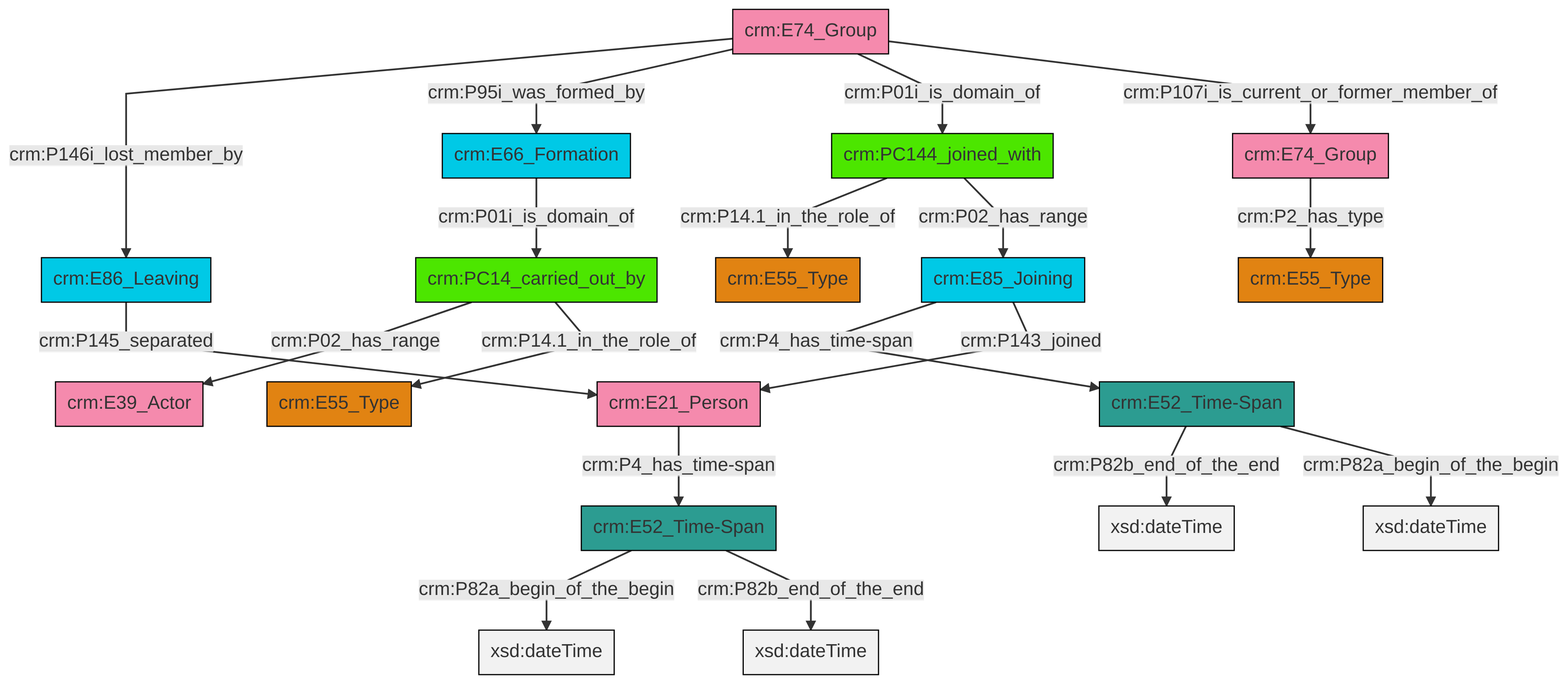
swiss-art-research-net/reference-data-models keeps this Mermaid diagram as et/groupCSV/ttl/mmd/png/group_actor_relations.png. Above is the earlier version. Its source is kept beside it as et/groupCSV/ttl/mmd/group_actor_relations.ttl.mmd.
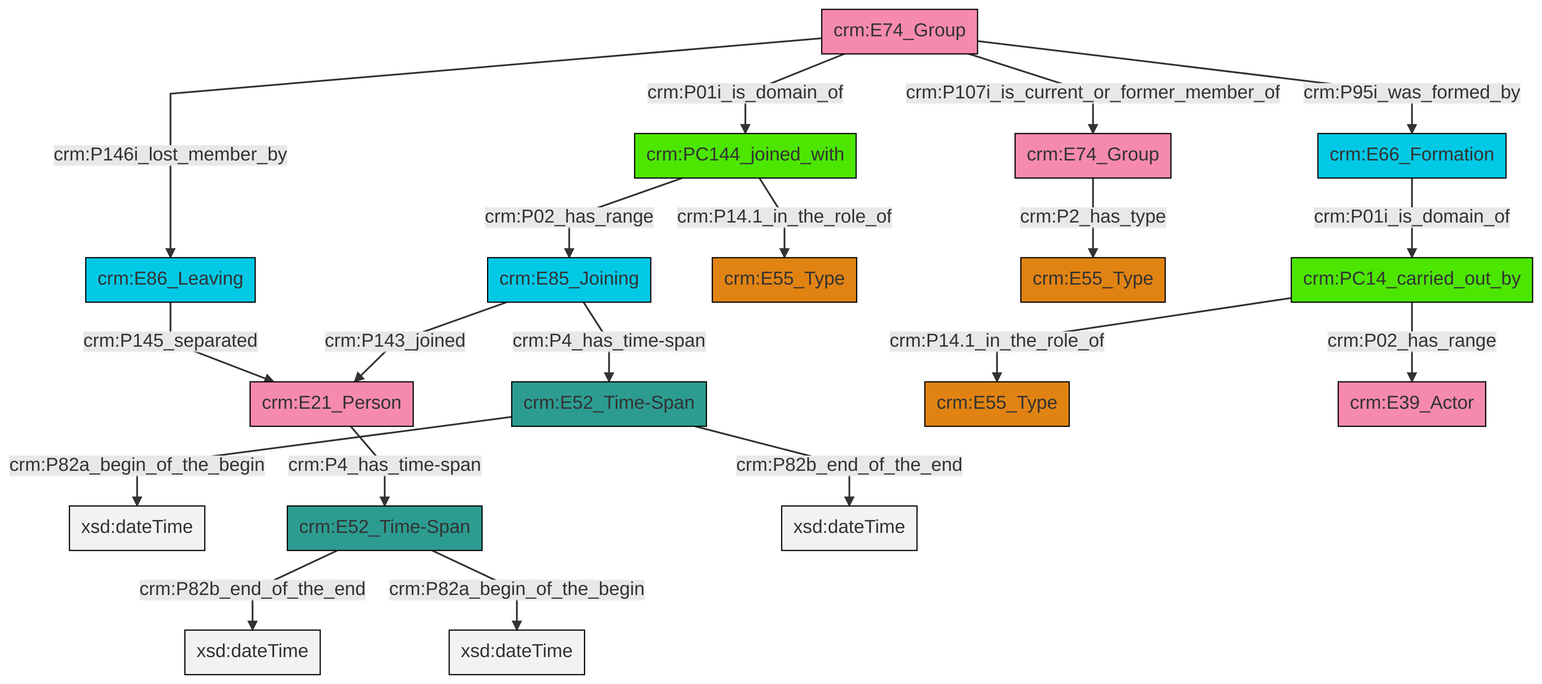
After the commit.

Diff of the diagram source:
```diff
@@ -13,21 +13,21 @@
 classDef PC_Classes fill:#4ce600, stroke:#000000;
 classDef Multi fill:#cccccc,stroke:#000000;
 
-0["crm:E66_Formation"]:::Temporal_Entity -->|crm:P01i_is_domain_of| 1["crm:PC14_carried_out_by"]:::PC_Classes
-4["crm:PC144_joined_with"]:::PC_Classes -->|crm:P14.1_in_the_role_of| 5["crm:E55_Type"]:::Type
-13["crm:E21_Person"]:::Actor -->|crm:P4_has_time-span| 14["crm:E52_Time-Span"]:::Time-Span
-8["crm:E85_Joining"]:::Temporal_Entity -->|crm:P4_has_time-span| 16["crm:E52_Time-Span"]:::Time-Span
-17["crm:E74_Group"]:::Actor -->|crm:P2_has_type| 6["crm:E55_Type"]:::Type
-4["crm:PC144_joined_with"]:::PC_Classes -->|crm:P02_has_range| 8["crm:E85_Joining"]:::Temporal_Entity
-1["crm:PC14_carried_out_by"]:::PC_Classes -->|crm:P02_has_range| 18["crm:E39_Actor"]:::Actor
-20["crm:E74_Group"]:::Actor -->|crm:P146i_lost_member_by| 11["crm:E86_Leaving"]:::Temporal_Entity
-14["crm:E52_Time-Span"]:::Time-Span -->|crm:P82a_begin_of_the_begin| 25[xsd:dateTime]:::Literal
-20["crm:E74_Group"]:::Actor -->|crm:P95i_was_formed_by| 0["crm:E66_Formation"]:::Temporal_Entity
-11["crm:E86_Leaving"]:::Temporal_Entity -->|crm:P145_separated| 13["crm:E21_Person"]:::Actor
-16["crm:E52_Time-Span"]:::Time-Span -->|crm:P82b_end_of_the_end| 30[xsd:dateTime]:::Literal
-8["crm:E85_Joining"]:::Temporal_Entity -->|crm:P143_joined| 13["crm:E21_Person"]:::Actor
-14["crm:E52_Time-Span"]:::Time-Span -->|crm:P82b_end_of_the_end| 31[xsd:dateTime]:::Literal
-20["crm:E74_Group"]:::Actor -->|crm:P01i_is_domain_of| 4["crm:PC144_joined_with"]:::PC_Classes
-20["crm:E74_Group"]:::Actor -->|crm:P107i_is_current_or_former_member_of| 17["crm:E74_Group"]:::Actor
-1["crm:PC14_carried_out_by"]:::PC_Classes -->|crm:P14.1_in_the_role_of| 2["crm:E55_Type"]:::Type
-16["crm:E52_Time-Span"]:::Time-Span -->|crm:P82a_begin_of_the_begin| 34[xsd:dateTime]:::Literal
+0["crm:E52_Time-Span"]:::Time-Span -->|crm:P82a_begin_of_the_begin| 1[xsd:dateTime]:::Literal
+2["crm:E85_Joining"]:::Temporal_Entity -->|crm:P4_has_time-span| 0["crm:E52_Time-Span"]:::Time-Span
+3["crm:E21_Person"]:::Actor -->|crm:P4_has_time-span| 5["crm:E52_Time-Span"]:::Time-Span
+6["crm:E74_Group"]:::Actor -->|crm:P146i_lost_member_by| 7["crm:E86_Leaving"]:::Temporal_Entity
+8["crm:PC144_joined_with"]:::PC_Classes -->|crm:P02_has_range| 2["crm:E85_Joining"]:::Temporal_Entity
+6["crm:E74_Group"]:::Actor -->|crm:P95i_was_formed_by| 13["crm:E66_Formation"]:::Temporal_Entity
+2["crm:E85_Joining"]:::Temporal_Entity -->|crm:P143_joined| 3["crm:E21_Person"]:::Actor
+6["crm:E74_Group"]:::Actor -->|crm:P01i_is_domain_of| 8["crm:PC144_joined_with"]:::PC_Classes
+7["crm:E86_Leaving"]:::Temporal_Entity -->|crm:P145_separated| 3["crm:E21_Person"]:::Actor
+14["crm:PC14_carried_out_by"]:::PC_Classes -->|crm:P14.1_in_the_role_of| 15["crm:E55_Type"]:::Type
+8["crm:PC144_joined_with"]:::PC_Classes -->|crm:P14.1_in_the_role_of| 9["crm:E55_Type"]:::Type
+13["crm:E66_Formation"]:::Temporal_Entity -->|crm:P01i_is_domain_of| 14["crm:PC14_carried_out_by"]:::PC_Classes
+14["crm:PC14_carried_out_by"]:::PC_Classes -->|crm:P02_has_range| 16["crm:E39_Actor"]:::Actor
+0["crm:E52_Time-Span"]:::Time-Span -->|crm:P82b_end_of_the_end| 23[xsd:dateTime]:::Literal
+5["crm:E52_Time-Span"]:::Time-Span -->|crm:P82b_end_of_the_end| 24[xsd:dateTime]:::Literal
+27["crm:E74_Group"]:::Actor -->|crm:P2_has_type| 11["crm:E55_Type"]:::Type
+6["crm:E74_Group"]:::Actor -->|crm:P107i_is_current_or_former_member_of| 27["crm:E74_Group"]:::Actor
+5["crm:E52_Time-Span"]:::Time-Span -->|crm:P82a_begin_of_the_begin| 30[xsd:dateTime]:::Literal
```
